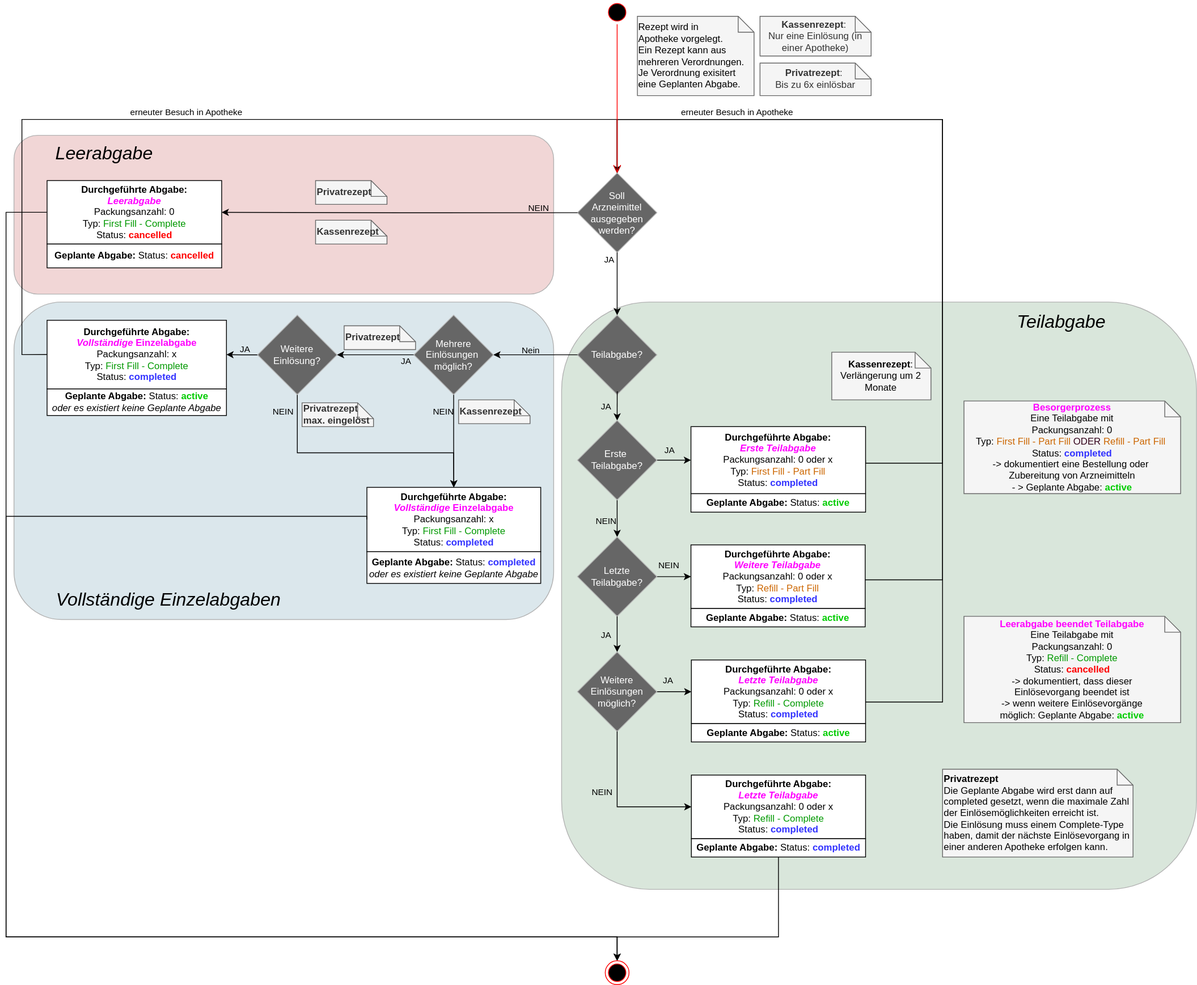
This is r4-ELGA-e-Medikation-main/diagram_durchgefuehrte_abgaben_abgabearten.drawio.svg from HL7Austria/hl7austria.github.io, a draw.io export, as it was before one commit. Source tidied: cells renumbered, new cells last; positions are measured from the earlier drawing's top-left corner, leaving out a move shared by most shapes.
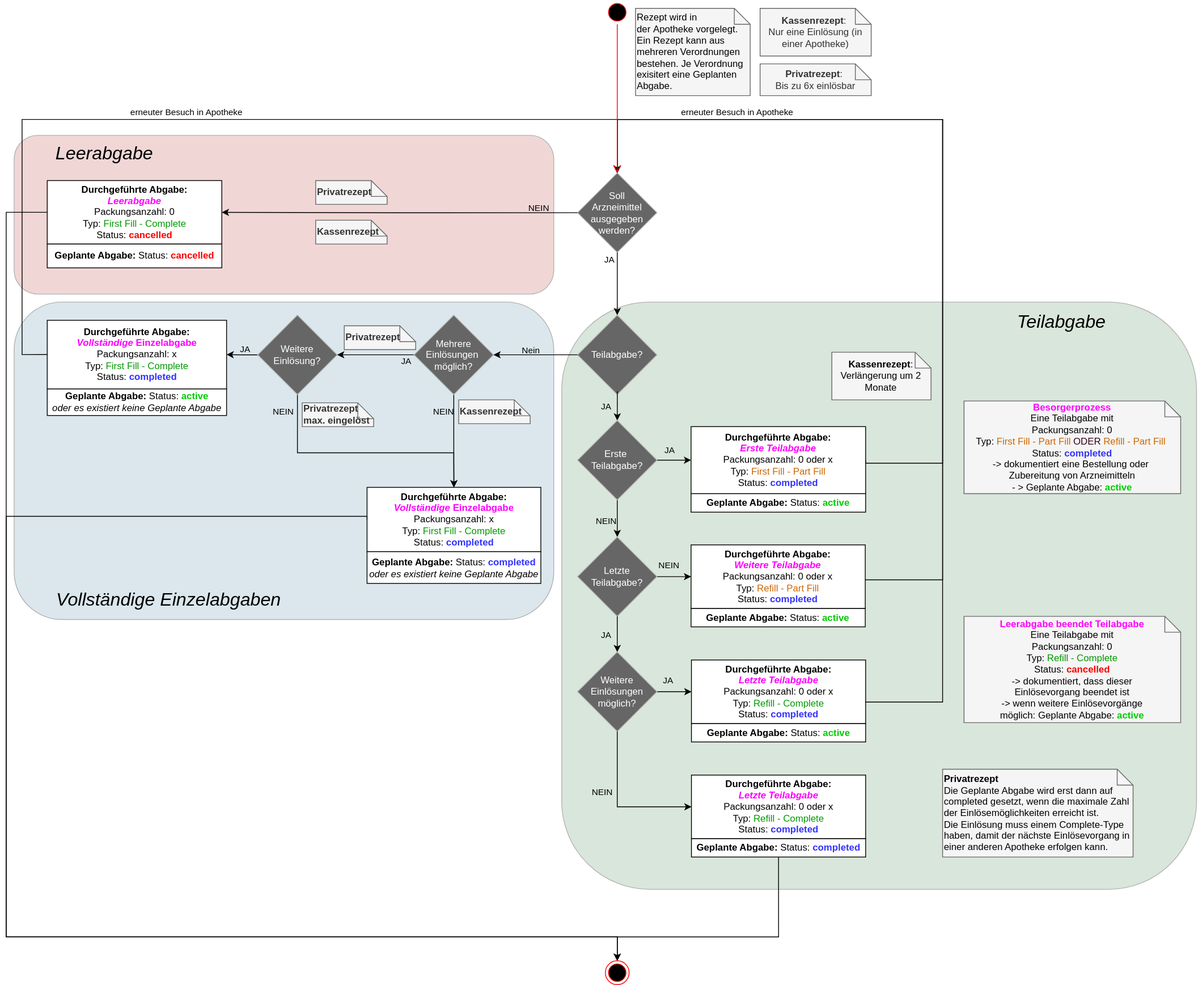
After the commit.

Change to the diagram source:
```diff
@@ -57,13 +57,13 @@
       </mxGeometry>
     </mxCell>
     <mxCell id="15" value="&lt;b&gt;Kassenrezept&lt;/b&gt;:&amp;nbsp;&lt;div&gt;Nur eine Einlösung (in einer Apotheke)&lt;/div&gt;" style="shape=note;size=20;whiteSpace=wrap;fillColor=#f5f5f5;fontColor=#333333;strokeColor=#666666;html=1;align=center;" parent="1" vertex="1">
-      <mxGeometry x="950" y="20" width="140" height="50" as="geometry" />
+      <mxGeometry x="950" y="10" width="140" height="60" as="geometry" />
     </mxCell>
     <mxCell id="16" style="ellipse;html=1;shape=startState;fillColor=#000000;strokeColor=#ff0000;" parent="1" vertex="1">
       <mxGeometry x="755" width="30" height="30" as="geometry" />
     </mxCell>
-    <mxCell id="17" value="&lt;div style=&quot;&quot;&gt;&lt;div style=&quot;text-align: left;&quot;&gt;&lt;span style=&quot;color: rgb(0, 0, 0); background-color: transparent;&quot;&gt;Rezept wird&lt;/span&gt;&lt;span style=&quot;color: rgb(0, 0, 0); background-color: transparent; text-align: center;&quot;&gt;&amp;nbsp;in&amp;nbsp;&lt;/span&gt;&lt;/div&gt;&lt;div style=&quot;text-align: left;&quot;&gt;&lt;span style=&quot;color: rgb(0, 0, 0); background-color: transparent; text-align: center;&quot;&gt;Apotheke vorgelegt.&lt;/span&gt;&lt;/div&gt;&lt;div style=&quot;text-align: left;&quot;&gt;&lt;span style=&quot;background-color: transparent; color: rgb(0, 0, 0);&quot;&gt;Ein Rezept kann aus mehreren Verordnungen. Je Verordnung exisitert eine Geplanten Abgabe.&lt;/span&gt;&lt;/div&gt;&lt;/div&gt;" style="shape=note;size=20;whiteSpace=wrap;fillColor=#f5f5f5;fontColor=#333333;strokeColor=#666666;html=1;align=center;" parent="1" vertex="1">
-      <mxGeometry x="795.5" y="20" width="147" height="100" as="geometry" />
+    <mxCell id="17" value="&lt;div style=&quot;&quot;&gt;&lt;div style=&quot;&quot;&gt;&lt;span style=&quot;color: rgb(0, 0, 0); background-color: transparent;&quot;&gt;Rezept wird&lt;/span&gt;&lt;span style=&quot;color: rgb(0, 0, 0); background-color: transparent;&quot;&gt;&amp;nbsp;in der&amp;nbsp;&lt;/span&gt;&lt;span style=&quot;background-color: transparent; color: rgb(0, 0, 0);&quot;&gt;Apotheke vorgelegt.&lt;/span&gt;&lt;/div&gt;&lt;div style=&quot;&quot;&gt;&lt;span style=&quot;background-color: transparent; color: rgb(0, 0, 0);&quot;&gt;Ein Rezept kann aus mehreren Verordnungen bestehen. Je Verordnung exisitert eine Geplanten Abgabe.&lt;/span&gt;&lt;/div&gt;&lt;/div&gt;" style="shape=note;size=20;whiteSpace=wrap;fillColor=#f5f5f5;fontColor=#333333;strokeColor=#666666;html=1;align=left;" parent="1" vertex="1">
+      <mxGeometry x="793" y="10" width="144.5" height="110" as="geometry" />
     </mxCell>
     <mxCell id="18" style="edgeStyle=orthogonalEdgeStyle;rounded=0;jettySize=auto;html=1;exitX=0;exitY=0.5;exitDx=0;exitDy=0;exitPerimeter=0;" parent="1" edge="1" source="5" target="24">
       <mxGeometry relative="1" as="geometry" />
@@ -140,7 +140,7 @@
       </mxGeometry>
     </mxCell>
     <mxCell id="35" value="&lt;b&gt;Privatrezept&lt;/b&gt;:&amp;nbsp;&lt;div&gt;Bis zu 6x einlösbar&lt;/div&gt;" style="shape=note;size=20;whiteSpace=wrap;fillColor=#f5f5f5;fontColor=#333333;strokeColor=#666666;html=1;align=center;" parent="1" vertex="1">
-      <mxGeometry x="950" y="79" width="140" height="41" as="geometry" />
+      <mxGeometry x="950" y="80" width="140" height="40" as="geometry" />
     </mxCell>
     <mxCell id="36" value="&lt;div&gt;&lt;b style=&quot;background-color: transparent; color: light-dark(rgb(0, 0, 0), rgb(255, 255, 255));&quot;&gt;Geplante Abgabe:&lt;/b&gt;&lt;span style=&quot;background-color: transparent; color: light-dark(rgb(0, 0, 0), rgb(255, 255, 255));&quot;&gt; Status:&amp;nbsp;&lt;/span&gt;&lt;b style=&quot;background-color: transparent; color: rgb(255, 0, 0);&quot;&gt;cancelled&lt;/b&gt;&lt;/div&gt;" style="rounded=0;whiteSpace=wrap;html=1;align=center;" parent="1" vertex="1">
       <mxGeometry x="51.7" y="307" width="220" height="30" as="geometry" />
```
